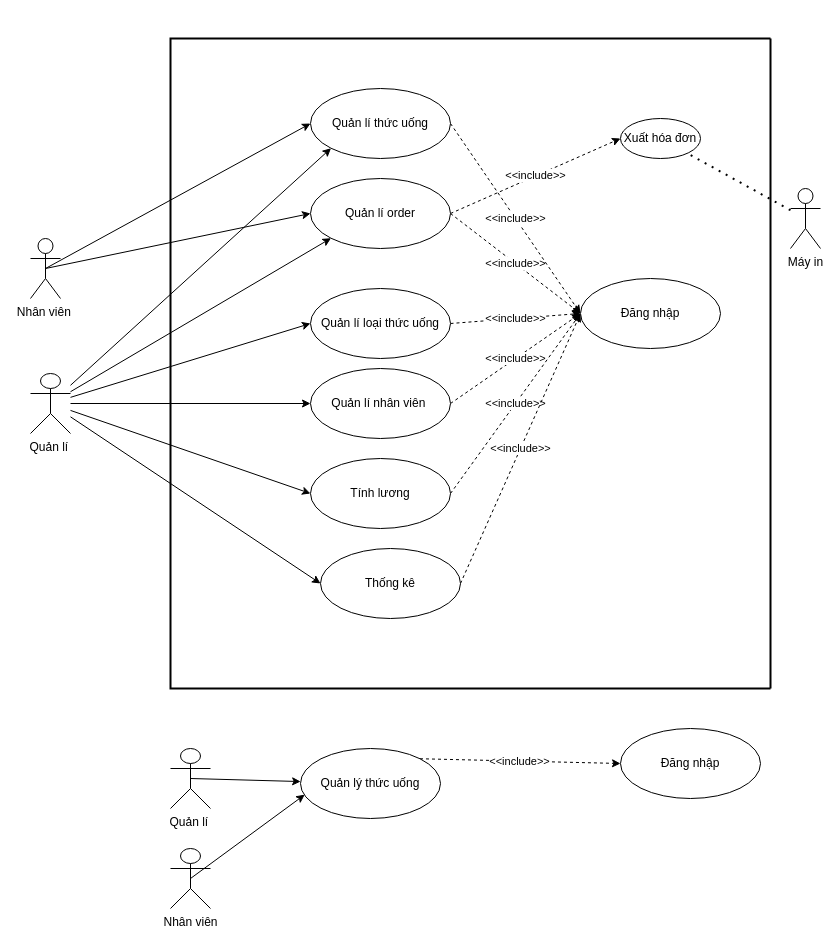
Before: Draw.io/usecase tổng.drawio in TruongNguyenYenNhi/PTTK-QL-b-n-h-ng, a draw.io diagram. Source tidied: cells renumbered, new cells numbered last; positions are measured from the earlier drawing's top-left corner, leaving out a move shared by most shapes. Both pictures are drawn from the tidied source at 100%, with x=0, y=0 at pixel (30, 38).
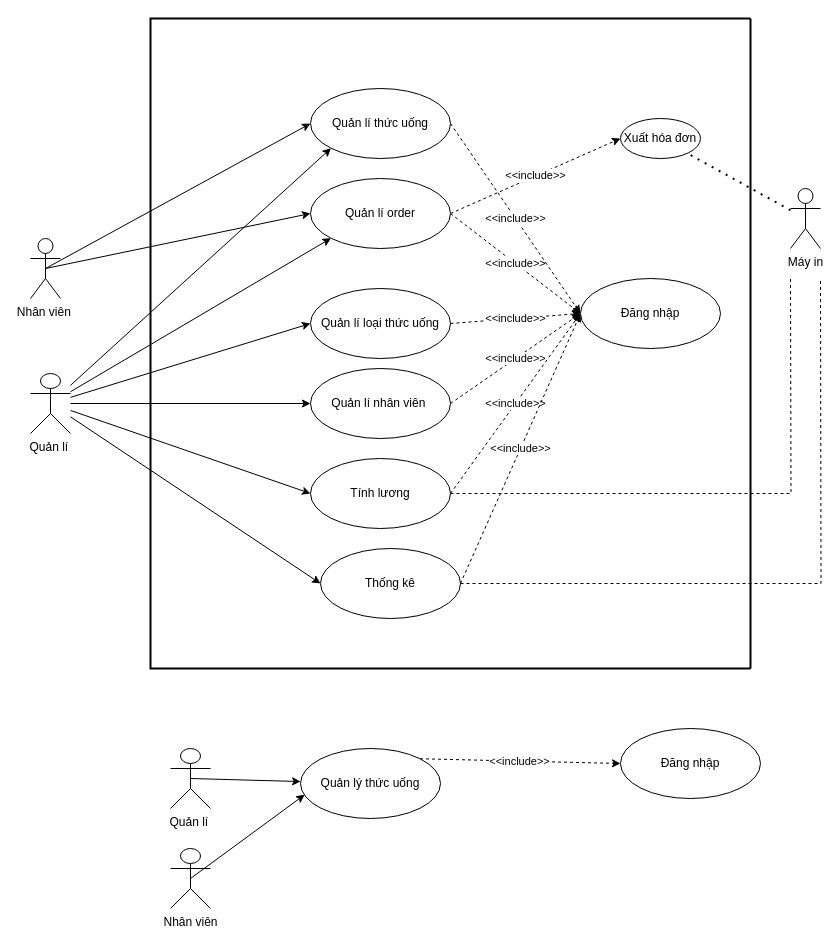
The same diagram, later.

The change refers to these unchanged cells:
```xml
<mxCell id="24" value="Tính lương" style="ellipse;whiteSpace=wrap;html=1;" parent="1" vertex="1">
  <mxGeometry x="280" y="420" width="140" height="70" as="geometry" />
</mxCell>
<mxCell id="28" value="Thống kê" style="ellipse;whiteSpace=wrap;html=1;" parent="1" vertex="1">
  <mxGeometry x="290" y="510" width="140" height="70" as="geometry" />
</mxCell>
```

Diff of the diagram source:
```diff
@@
     <mxCell id="21" style="strokeWidth=2;html=1;shape=mxgraph.flowchart.annotation_1;align=left;" parent="1" vertex="1">
-      <mxGeometry x="140" width="600" height="650" as="geometry" />
+      <mxGeometry x="120" y="-20" width="600" height="650" as="geometry" />
     </mxCell>
@@
+    <mxCell id="38" style="edgeStyle=orthogonalEdgeStyle;rounded=0;jettySize=auto;html=1;dashed=1;endArrow=none;endFill=0;exitX=1;exitY=0.5;exitDx=0;exitDy=0;" parent="1" edge="1" source="24">
+      <mxGeometry relative="1" as="geometry">
+        <mxPoint x="760" y="240" as="targetPoint" />
+      </mxGeometry>
+    </mxCell>
@@
+    <mxCell id="39" style="edgeStyle=orthogonalEdgeStyle;rounded=0;jettySize=auto;html=1;dashed=1;endArrow=none;endFill=0;" parent="1" edge="1" source="28">
+      <mxGeometry relative="1" as="geometry">
+        <mxPoint x="790" y="240" as="targetPoint" />
+      </mxGeometry>
+    </mxCell>
```
